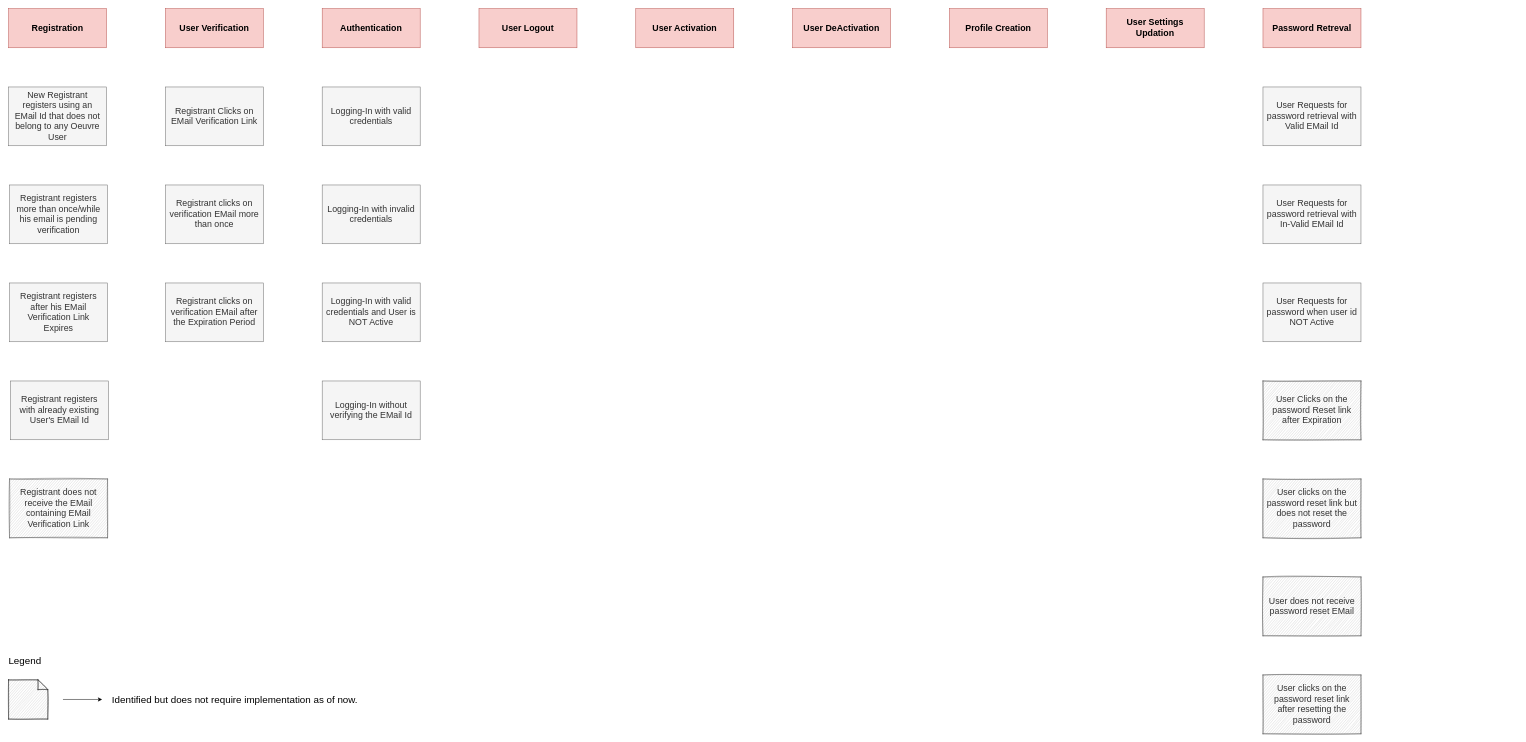
Above: page "IdentityAccess-ExampleMapping" (6 of 7) of design/EventStorming.drawio in codefinity/oeuvre (draw.io), before the change. Source tidied: cells renumbered, new cells numbered last; positions are measured from the earlier drawing's top-left corner, leaving out a move shared by most shapes. Both pictures are drawn from the tidied source at 49%, with x=0, y=0 at pixel (8, 8).
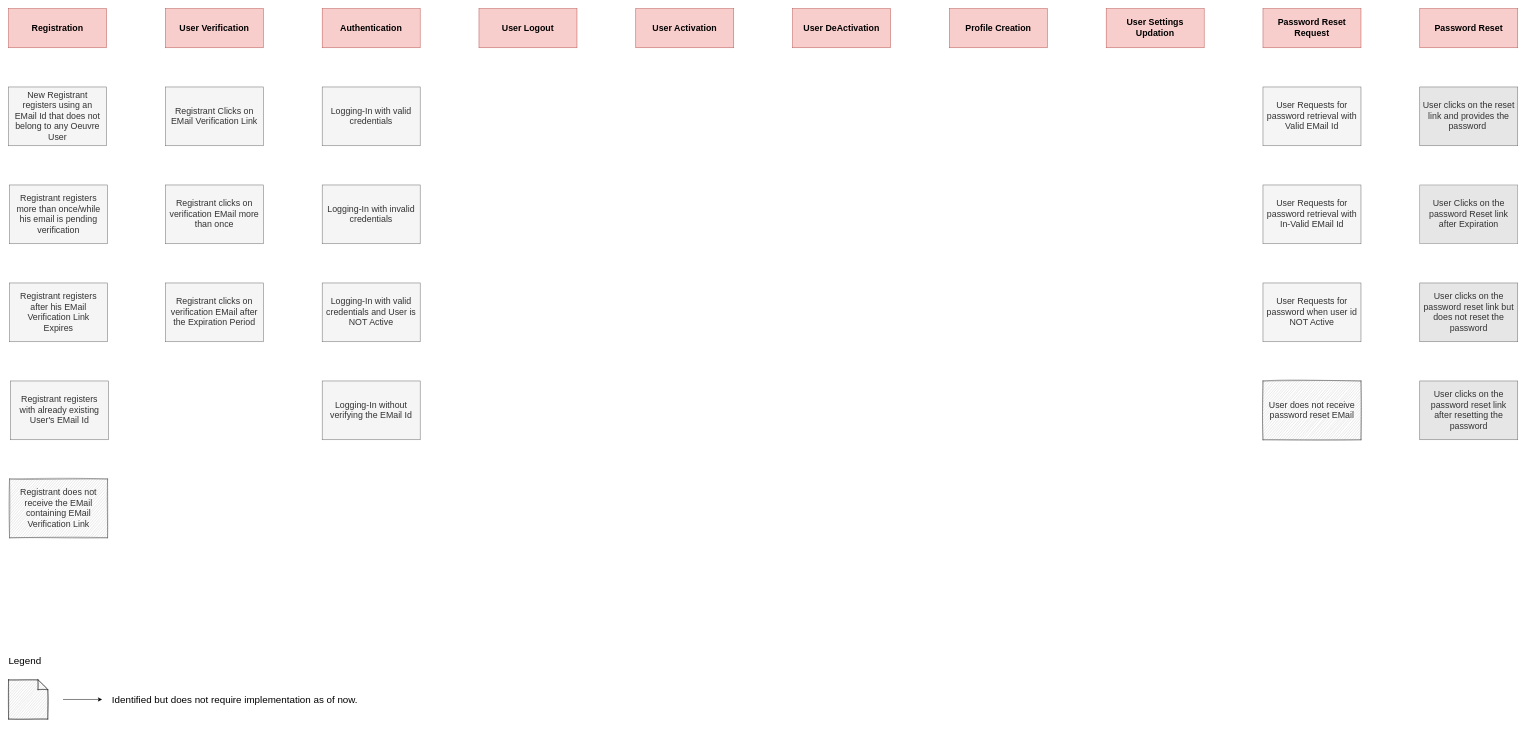
The same diagram, later.

Commit message (it also covers changes not shown here):
Added Password Reset Tests

Diff of the diagram source:
```diff
@@
-    <mxCell id="8" value="Password Retreval" style="rounded=0;whiteSpace=wrap;html=1;fontSize=18;fontStyle=1;fillColor=#f8cecc;strokeColor=#b85450;" parent="1" vertex="1">
+    <mxCell id="8" value="Password Reset Request" style="rounded=0;whiteSpace=wrap;html=1;fontSize=18;fontStyle=1;fillColor=#f8cecc;strokeColor=#b85450;" parent="1" vertex="1">
       <mxGeometry x="2560" width="200" height="80" as="geometry" />
     </mxCell>
@@
     <mxCell id="18" value="User does not receive password reset EMail" style="rounded=0;whiteSpace=wrap;html=1;fontSize=18;strokeColor=#666666;fontColor=#333333;spacing=6;shadow=0;sketch=1;fillColor=#CCCCCC;" parent="1" vertex="1">
-      <mxGeometry x="2560" y="1160" width="200" height="120" as="geometry" />
+      <mxGeometry x="2560" y="760" width="200" height="120" as="geometry" />
     </mxCell>
-    <mxCell id="19" value="User Clicks on the password Reset link after Expiration" style="rounded=0;whiteSpace=wrap;html=1;fontSize=18;strokeColor=#666666;fontColor=#333333;spacing=6;sketch=1;fillColor=#CCCCCC;" parent="1" vertex="1">
-      <mxGeometry x="2560" y="760" width="200" height="120" as="geometry" />
+    <mxCell id="19" value="User Clicks on the password Reset link after Expiration" style="rounded=0;whiteSpace=wrap;html=1;fontSize=18;fontColor=#333333;spacing=6;sketch=0;fillColor=#E6E6E6;strokeColor=#808080;" parent="1" vertex="1">
+      <mxGeometry x="2880" y="360" width="200" height="120" as="geometry" />
     </mxCell>
-    <mxCell id="20" value="User clicks on the password reset link after resetting the password" style="rounded=0;whiteSpace=wrap;html=1;fontSize=18;strokeColor=#666666;fontColor=#333333;spacing=6;shadow=0;fillColor=#CCCCCC;sketch=1;" parent="1" vertex="1">
-      <mxGeometry x="2560" y="1360" width="200" height="120" as="geometry" />
+    <mxCell id="20" value="User clicks on the password reset link after resetting the password" style="rounded=0;whiteSpace=wrap;html=1;fontSize=18;strokeColor=#666666;fontColor=#333333;spacing=6;shadow=0;sketch=0;fillColor=#E6E6E6;" parent="1" vertex="1">
+      <mxGeometry x="2880" y="760" width="200" height="120" as="geometry" />
     </mxCell>
-    <mxCell id="21" value="User clicks on the password reset link but does not reset the password" style="rounded=0;whiteSpace=wrap;html=1;fontSize=18;strokeColor=#666666;fontColor=#333333;spacing=6;sketch=1;fillColor=#CCCCCC;" parent="1" vertex="1">
-      <mxGeometry x="2560" y="960" width="200" height="120" as="geometry" />
+    <mxCell id="21" value="User clicks on the password reset link but does not reset the password" style="rounded=0;whiteSpace=wrap;html=1;fontSize=18;strokeColor=#666666;fontColor=#333333;spacing=6;sketch=0;fillColor=#E6E6E6;" parent="1" vertex="1">
+      <mxGeometry x="2880" y="560" width="200" height="120" as="geometry" />
     </mxCell>
@@
+    <mxCell id="34" value="Password Reset" style="rounded=0;whiteSpace=wrap;html=1;fontSize=18;fontStyle=1;fillColor=#f8cecc;strokeColor=#b85450;" parent="1" vertex="1">
+      <mxGeometry x="2880" width="200" height="80" as="geometry" />
+    </mxCell>
+    <mxCell id="35" value="User clicks on the reset link and provides the password&amp;nbsp;" style="rounded=0;whiteSpace=wrap;html=1;fontSize=18;strokeColor=#666666;fontColor=#333333;spacing=6;sketch=0;fillColor=#E6E6E6;" parent="1" vertex="1">
+      <mxGeometry x="2880" y="160" width="200" height="120" as="geometry" />
+    </mxCell>
```
